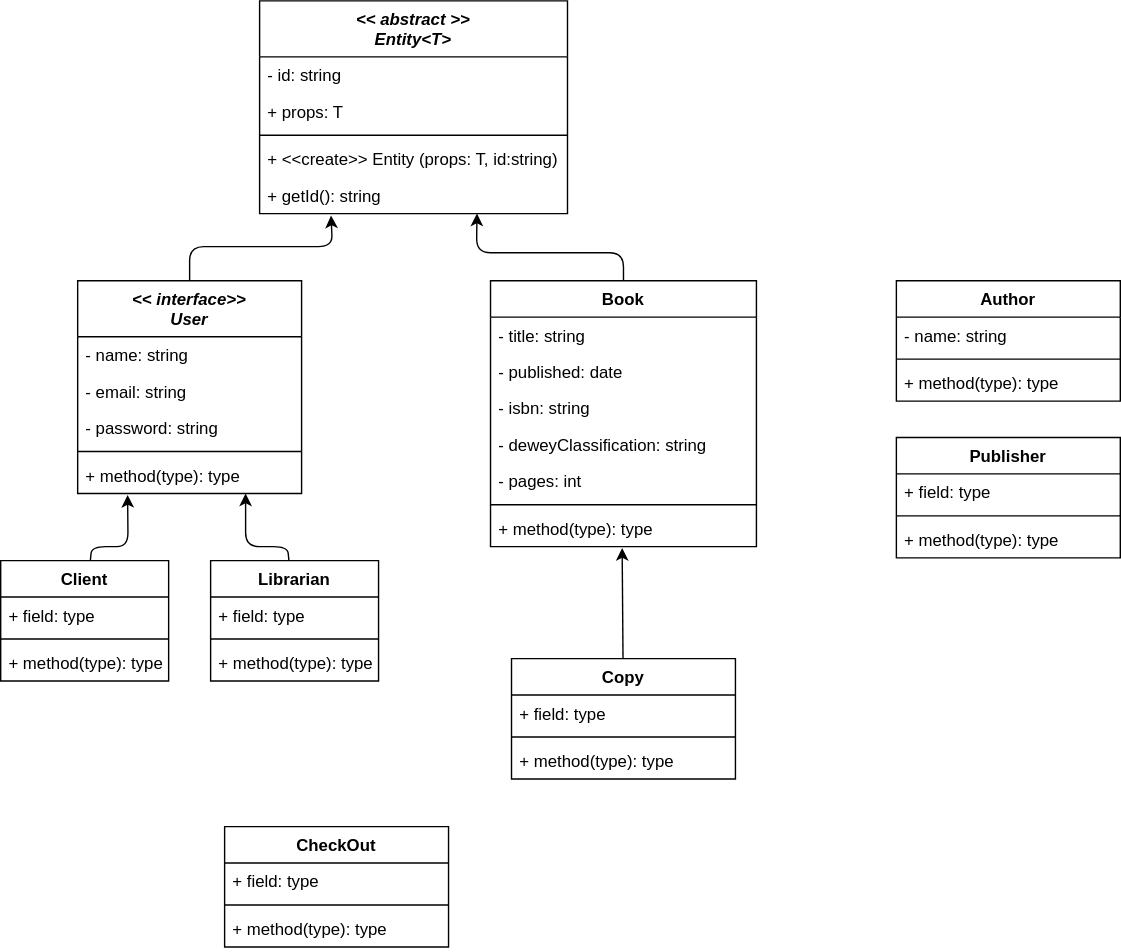
Earlier version of the draw.io export docs/diagrams/classDiagram.drawio.svg (felipecomarques/library-management-api). Source tidied: cells renumbered, new cells last; positions are measured from the earlier drawing's top-left corner, leaving out a move shared by most shapes.
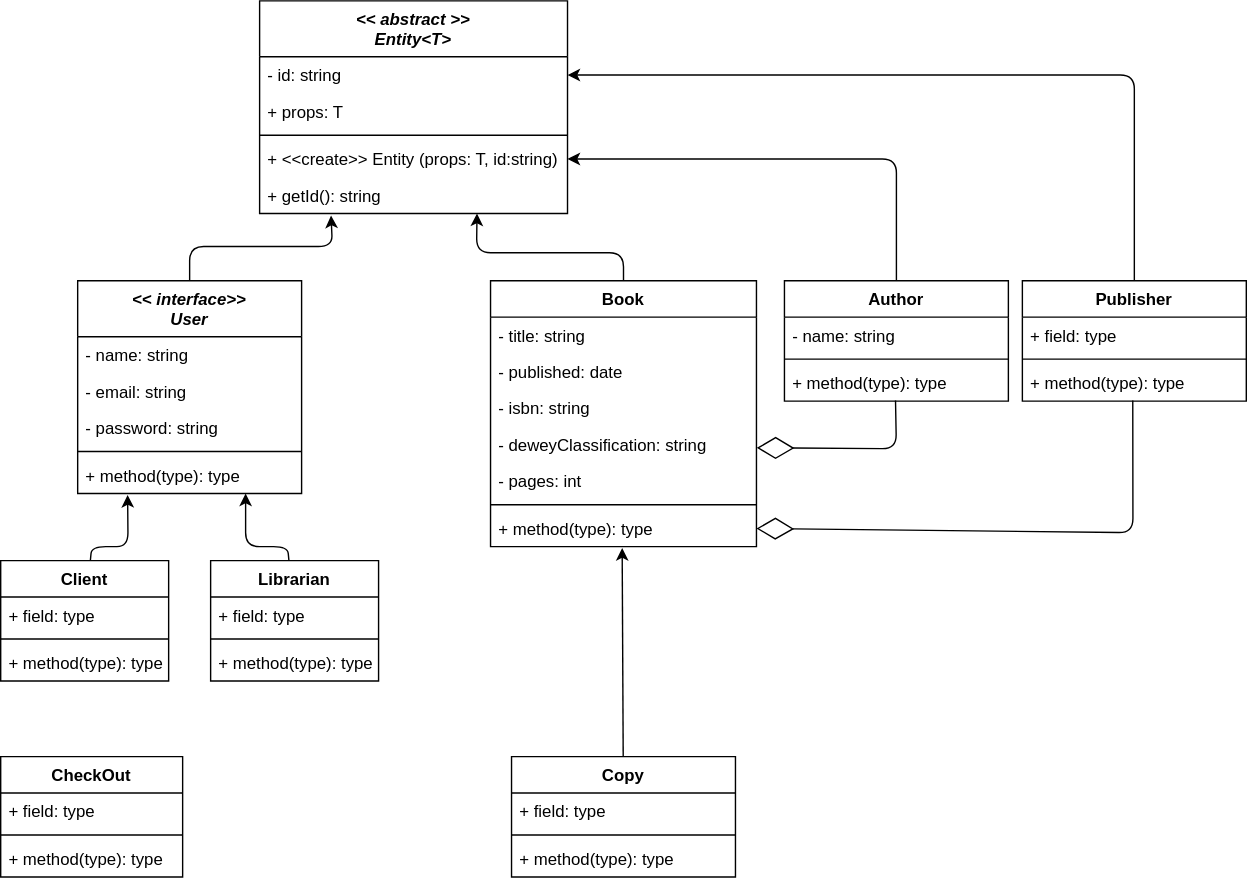
The same diagram one commit later.

Commit message:
docs: Update class diagram

Diff of the diagram source:
```diff
@@ -118,8 +118,15 @@
     <mxCell id="33" value="+ method(type): type" style="text;strokeColor=none;fillColor=none;align=left;verticalAlign=top;spacingLeft=4;spacingRight=4;overflow=hidden;" parent="30" vertex="1">
       <mxGeometry y="60" width="120" height="26" as="geometry" />
     </mxCell>
+    <mxCell id="51" style="edgeStyle=none;html=1;entryX=1;entryY=0.5;entryDx=0;entryDy=0;" parent="1" edge="1" source="34" target="15">
+      <mxGeometry relative="1" as="geometry">
+        <Array as="points">
+          <mxPoint x="640" y="113" />
+        </Array>
+      </mxGeometry>
+    </mxCell>
     <mxCell id="34" value="Author" style="swimlane;fontStyle=1;align=center;verticalAlign=top;horizontal=1;startSize=26;" parent="1" vertex="1">
-      <mxGeometry x="640" y="200" width="160" height="86" as="geometry" />
+      <mxGeometry x="560" y="200" width="160" height="86" as="geometry" />
     </mxCell>
     <mxCell id="35" value="- name: string" style="text;strokeColor=none;fillColor=none;align=left;verticalAlign=top;spacingLeft=4;spacingRight=4;overflow=hidden;" parent="34" vertex="1">
       <mxGeometry y="26" width="160" height="26" as="geometry" />
@@ -131,22 +138,22 @@
       <mxGeometry y="60" width="160" height="26" as="geometry" />
     </mxCell>
     <mxCell id="38" value="CheckOut" style="swimlane;fontStyle=1;align=center;verticalAlign=top;horizontal=1;startSize=26;" parent="1" vertex="1">
-      <mxGeometry x="160" y="590" width="160" height="86" as="geometry" />
+      <mxGeometry y="540" width="130" height="86" as="geometry" />
     </mxCell>
     <mxCell id="39" value="+ field: type" style="text;strokeColor=none;fillColor=none;align=left;verticalAlign=top;spacingLeft=4;spacingRight=4;overflow=hidden;" parent="38" vertex="1">
-      <mxGeometry y="26" width="160" height="26" as="geometry" />
+      <mxGeometry y="26" width="130" height="26" as="geometry" />
     </mxCell>
     <mxCell id="40" style="line;strokeWidth=1;fillColor=none;align=left;verticalAlign=middle;spacingTop=-1;spacingLeft=3;spacingRight=3;labelPosition=right;strokeColor=inherit;" parent="38" vertex="1">
-      <mxGeometry y="52" width="160" height="8" as="geometry" />
+      <mxGeometry y="52" width="130" height="8" as="geometry" />
     </mxCell>
     <mxCell id="41" value="+ method(type): type" style="text;strokeColor=none;fillColor=none;align=left;verticalAlign=top;spacingLeft=4;spacingRight=4;overflow=hidden;" parent="38" vertex="1">
-      <mxGeometry y="60" width="160" height="26" as="geometry" />
+      <mxGeometry y="60" width="130" height="26" as="geometry" />
     </mxCell>
     <mxCell id="42" style="edgeStyle=none;html=1;entryX=0.495;entryY=1.038;entryDx=0;entryDy=0;entryPerimeter=0;" parent="1" edge="1" source="43" target="10">
       <mxGeometry relative="1" as="geometry" />
     </mxCell>
     <mxCell id="43" value="Copy" style="swimlane;fontStyle=1;align=center;verticalAlign=top;horizontal=1;startSize=26;" parent="1" vertex="1">
-      <mxGeometry x="365" y="470" width="160" height="86" as="geometry" />
+      <mxGeometry x="365" y="540" width="160" height="86" as="geometry" />
     </mxCell>
     <mxCell id="44" value="+ field: type" style="text;strokeColor=none;fillColor=none;align=left;verticalAlign=top;spacingLeft=4;spacingRight=4;overflow=hidden;" parent="43" vertex="1">
       <mxGeometry y="26" width="160" height="26" as="geometry" />
@@ -157,8 +164,15 @@
     <mxCell id="46" value="+ method(type): type" style="text;strokeColor=none;fillColor=none;align=left;verticalAlign=top;spacingLeft=4;spacingRight=4;overflow=hidden;" parent="43" vertex="1">
       <mxGeometry y="60" width="160" height="26" as="geometry" />
     </mxCell>
+    <mxCell id="52" style="edgeStyle=none;html=1;entryX=1;entryY=0.5;entryDx=0;entryDy=0;" parent="1" edge="1" source="47" target="12">
+      <mxGeometry relative="1" as="geometry">
+        <Array as="points">
+          <mxPoint x="810" y="53" />
+        </Array>
+      </mxGeometry>
+    </mxCell>
     <mxCell id="47" value="Publisher" style="swimlane;fontStyle=1;align=center;verticalAlign=top;horizontal=1;startSize=26;" parent="1" vertex="1">
-      <mxGeometry x="640" y="312" width="160" height="86" as="geometry" />
+      <mxGeometry x="730" y="200" width="160" height="86" as="geometry" />
     </mxCell>
     <mxCell id="48" value="+ field: type" style="text;strokeColor=none;fillColor=none;align=left;verticalAlign=top;spacingLeft=4;spacingRight=4;overflow=hidden;" parent="47" vertex="1">
       <mxGeometry y="26" width="160" height="26" as="geometry" />
@@ -169,5 +183,19 @@
     <mxCell id="50" value="+ method(type): type" style="text;strokeColor=none;fillColor=none;align=left;verticalAlign=top;spacingLeft=4;spacingRight=4;overflow=hidden;points=[[0,0.5],[1,0.5]];portConstraint=eastwest;" parent="47" vertex="1">
       <mxGeometry y="60" width="160" height="26" as="geometry" />
     </mxCell>
+    <mxCell id="53" style="endArrow=diamondThin;endFill=0;endSize=24;html=1;exitX=0.496;exitY=0.982;exitDx=0;exitDy=0;exitPerimeter=0;entryX=1.001;entryY=0.592;entryDx=0;entryDy=0;entryPerimeter=0;" parent="1" edge="1" source="37" target="7">
+      <mxGeometry relative="1" as="geometry">
+        <Array as="points">
+          <mxPoint x="640" y="320" />
+        </Array>
+      </mxGeometry>
+    </mxCell>
+    <mxCell id="54" style="endArrow=diamondThin;endFill=0;endSize=24;html=1;exitX=0.493;exitY=0.985;exitDx=0;exitDy=0;exitPerimeter=0;entryX=1;entryY=0.5;entryDx=0;entryDy=0;" parent="1" edge="1" source="50" target="10">
+      <mxGeometry relative="1" as="geometry">
+        <Array as="points">
+          <mxPoint x="809" y="380" />
+        </Array>
+      </mxGeometry>
+    </mxCell>
   </root>
 </mxGraphModel>
```
